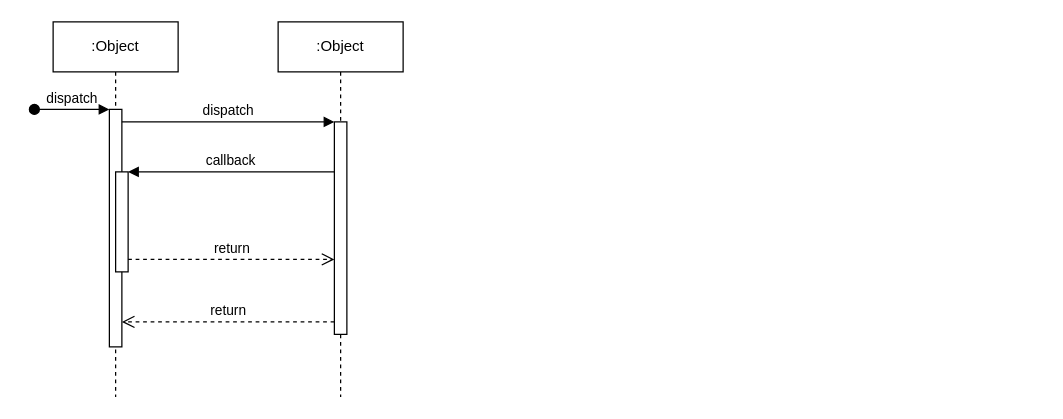
Above: Diagramme de sequence.drawio in elodiealix91620/QuaiAntiqueDiagrammes (draw.io), before the change. Source tidied: cells renumbered, new cells numbered last; positions are measured from the earlier drawing's top-left corner, leaving out a move shared by most shapes. Both pictures are drawn from the tidied source at 125%, with x=0, y=0 at pixel (34, 21).
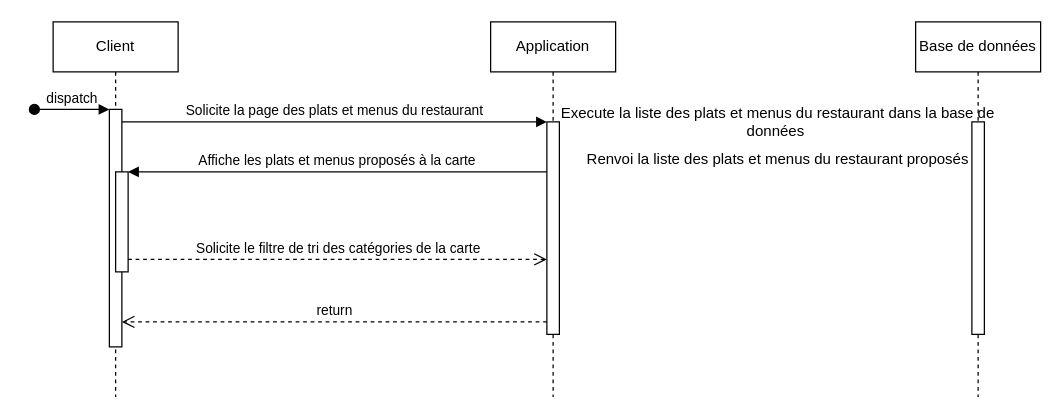
After the change.

Commit message:
Diagramme de sequence plats.drawio

Unchanged cells that the change refers to:
```xml
<mxCell id="3" style="html=1;points=[];perimeter=orthogonalPerimeter;outlineConnect=0;targetShapes=umlLifeline;portConstraint=eastwest;newEdgeStyle={&quot;edgeStyle&quot;:&quot;elbowEdgeStyle&quot;,&quot;elbow&quot;:&quot;vertical&quot;,&quot;curved&quot;:0,&quot;rounded&quot;:0};" parent="2" vertex="1">
  <mxGeometry x="45" y="70" width="10" height="190" as="geometry" />
</mxCell>
<mxCell id="5" style="html=1;points=[];perimeter=orthogonalPerimeter;outlineConnect=0;targetShapes=umlLifeline;portConstraint=eastwest;newEdgeStyle={&quot;edgeStyle&quot;:&quot;elbowEdgeStyle&quot;,&quot;elbow&quot;:&quot;vertical&quot;,&quot;curved&quot;:0,&quot;rounded&quot;:0};" parent="2" vertex="1">
  <mxGeometry x="50" y="120" width="10" height="80" as="geometry" />
</mxCell>
<mxCell id="7" style="html=1;points=[];perimeter=orthogonalPerimeter;outlineConnect=0;targetShapes=umlLifeline;portConstraint=eastwest;newEdgeStyle={&quot;edgeStyle&quot;:&quot;elbowEdgeStyle&quot;,&quot;elbow&quot;:&quot;vertical&quot;,&quot;curved&quot;:0,&quot;rounded&quot;:0};" parent="6" vertex="1">
  <mxGeometry x="45" y="80" width="10" height="170" as="geometry" />
</mxCell>
```

What changed in the source:
```diff
@@
-    <mxCell id="2" value=":Object" style="shape=umlLifeline;perimeter=lifelinePerimeter;whiteSpace=wrap;html=1;newEdgeStyle={&quot;edgeStyle&quot;:&quot;elbowEdgeStyle&quot;,&quot;elbow&quot;:&quot;vertical&quot;,&quot;curved&quot;:0,&quot;rounded&quot;:0};" parent="1" vertex="1">
+    <mxCell id="2" value="Client" style="shape=umlLifeline;perimeter=lifelinePerimeter;whiteSpace=wrap;html=1;newEdgeStyle={&quot;edgeStyle&quot;:&quot;elbowEdgeStyle&quot;,&quot;elbow&quot;:&quot;vertical&quot;,&quot;curved&quot;:0,&quot;rounded&quot;:0};" parent="1" vertex="1">
       <mxGeometry x="15" width="100" height="300" as="geometry" />
     </mxCell>
@@
-    <mxCell id="6" value=":Object" style="shape=umlLifeline;perimeter=lifelinePerimeter;whiteSpace=wrap;html=1;newEdgeStyle={&quot;edgeStyle&quot;:&quot;elbowEdgeStyle&quot;,&quot;elbow&quot;:&quot;vertical&quot;,&quot;curved&quot;:0,&quot;rounded&quot;:0};" parent="1" vertex="1">
-      <mxGeometry x="195" width="100" height="300" as="geometry" />
+    <mxCell id="6" value="Application" style="shape=umlLifeline;perimeter=lifelinePerimeter;whiteSpace=wrap;html=1;newEdgeStyle={&quot;edgeStyle&quot;:&quot;elbowEdgeStyle&quot;,&quot;elbow&quot;:&quot;vertical&quot;,&quot;curved&quot;:0,&quot;rounded&quot;:0};" parent="1" vertex="1">
+      <mxGeometry x="365" width="100" height="300" as="geometry" />
     </mxCell>
@@
-    <mxCell id="8" value="dispatch" style="html=1;verticalAlign=bottom;endArrow=block;edgeStyle=elbowEdgeStyle;elbow=vertical;curved=0;rounded=0;" parent="1" edge="1" source="3" target="7">
+    <mxCell id="8" value="Solicite la page des plats et menus du restaurant" style="html=1;verticalAlign=bottom;endArrow=block;edgeStyle=elbowEdgeStyle;elbow=vertical;curved=0;rounded=0;" parent="1" edge="1" source="3" target="7">
       <mxGeometry relative="1" as="geometry">
         <Array as="points">
           <mxPoint x="155" y="80" />
         </Array>
       </mxGeometry>
     </mxCell>
@@
-    <mxCell id="10" value="callback" style="html=1;verticalAlign=bottom;endArrow=block;edgeStyle=elbowEdgeStyle;elbow=vertical;curved=0;rounded=0;" parent="1" edge="1" source="7" target="5">
+    <mxCell id="10" value="Affiche les plats et menus proposés à la carte" style="html=1;verticalAlign=bottom;endArrow=block;edgeStyle=elbowEdgeStyle;elbow=vertical;curved=0;rounded=0;" parent="1" edge="1" source="7" target="5">
       <mxGeometry relative="1" as="geometry">
         <Array as="points">
           <mxPoint x="165" y="120" />
         </Array>
       </mxGeometry>
     </mxCell>
-    <mxCell id="11" value="return" style="html=1;verticalAlign=bottom;endArrow=open;dashed=1;endSize=8;edgeStyle=elbowEdgeStyle;elbow=vertical;curved=0;rounded=0;" parent="1" edge="1" source="5" target="7">
+    <mxCell id="11" value="Solicite le filtre de tri des catégories de la carte" style="html=1;verticalAlign=bottom;endArrow=open;dashed=1;endSize=8;edgeStyle=elbowEdgeStyle;elbow=vertical;curved=0;rounded=0;" parent="1" edge="1" source="5" target="7">
       <mxGeometry relative="1" as="geometry">
         <Array as="points">
           <mxPoint x="155" y="190" />
         </Array>
       </mxGeometry>
     </mxCell>
+    <mxCell id="12" value="Base de données" style="shape=umlLifeline;perimeter=lifelinePerimeter;whiteSpace=wrap;html=1;newEdgeStyle={&quot;edgeStyle&quot;:&quot;elbowEdgeStyle&quot;,&quot;elbow&quot;:&quot;vertical&quot;,&quot;curved&quot;:0,&quot;rounded&quot;:0};" parent="1" vertex="1">
+      <mxGeometry x="705" width="100" height="300" as="geometry" />
+    </mxCell>
+    <mxCell id="13" style="html=1;perimeter=orthogonalPerimeter;targetShapes=umlLifeline;newEdgeStyle={&quot;edgeStyle&quot;:&quot;elbowEdgeStyle&quot;,&quot;elbow&quot;:&quot;vertical&quot;,&quot;curved&quot;:0,&quot;rounded&quot;:0};" parent="12" vertex="1">
+      <mxGeometry x="45" y="80" width="10" height="170" as="geometry" />
+    </mxCell>
+    <mxCell id="14" value="Execute la liste des plats et menus du restaurant dans la base de données&amp;nbsp;" style="text;strokeColor=none;align=center;fillColor=none;html=1;verticalAlign=middle;whiteSpace=wrap;rounded=0;" parent="1" vertex="1">
+      <mxGeometry x="415" y="70" width="360" height="20" as="geometry" />
+    </mxCell>
+    <mxCell id="15" value="Renvoi la liste des plats et menus du restaurant proposés" style="text;strokeColor=none;align=center;fillColor=none;html=1;verticalAlign=middle;whiteSpace=wrap;rounded=0;" parent="1" vertex="1">
+      <mxGeometry x="415" y="100" width="360" height="20" as="geometry" />
+    </mxCell>
```
